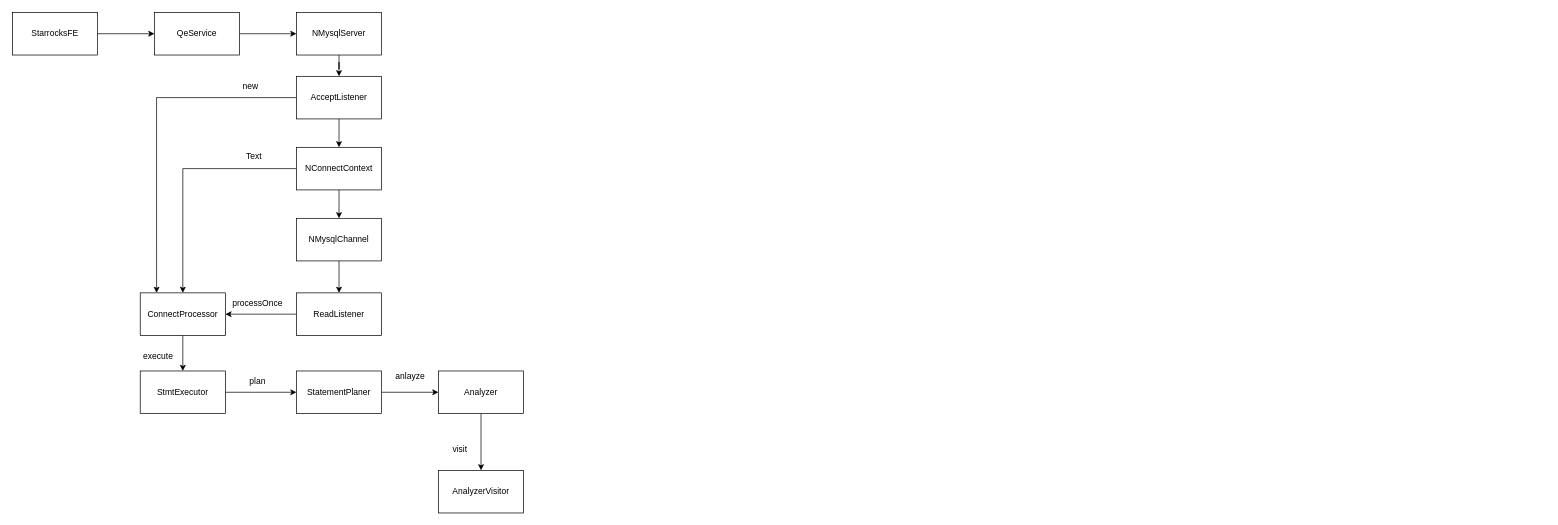
The draw.io diagram fe_sql_analyze.drawio in zhangge111/starrocks_rcode, before the edit. Source tidied: cells renumbered, new cells numbered last; positions are measured from the earlier drawing's top-left corner, leaving out a move shared by most shapes. Both pictures are drawn from the tidied source at 71%, with x=0, y=0 at pixel (12, 12).
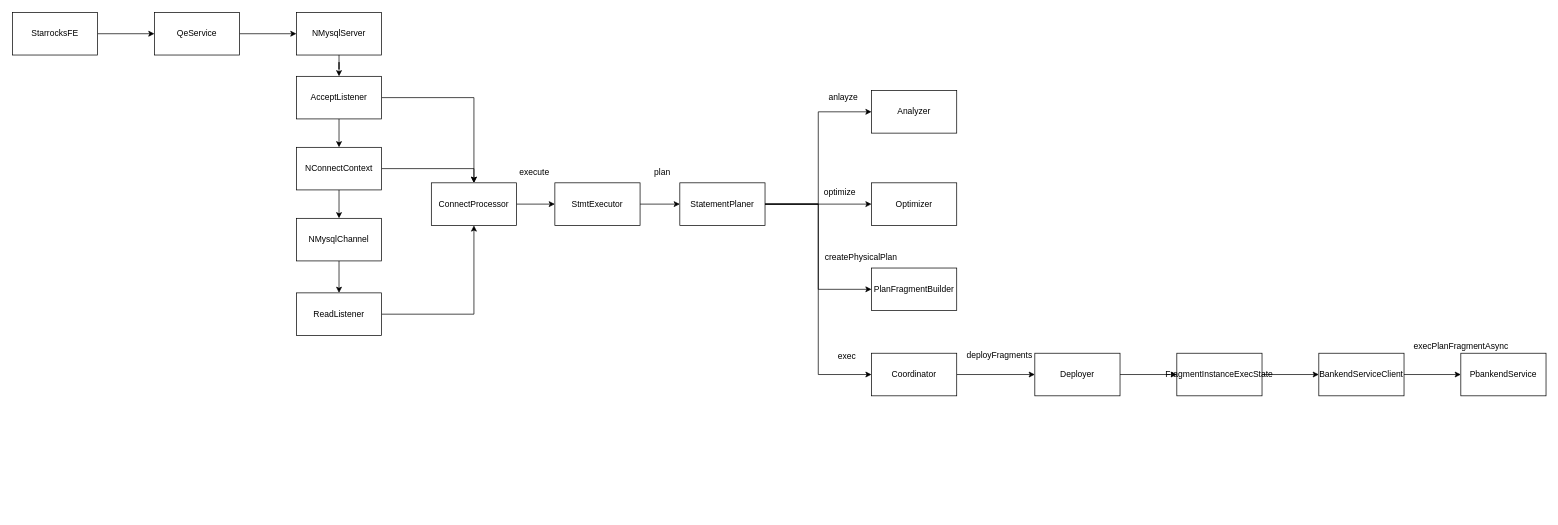
After the change.

Unchanged cells that the change refers to:
```xml
<mxCell id="11" value="ReadListener" style="rounded=0;whiteSpace=wrap;html=1;" parent="1" vertex="1">
  <mxGeometry x="400" y="395" width="120" height="60" as="geometry" />
</mxCell>
<mxCell id="21" value="AcceptListener" style="rounded=0;whiteSpace=wrap;html=1;" parent="1" vertex="1">
  <mxGeometry x="400" y="90" width="120" height="60" as="geometry" />
</mxCell>
```

Diff of the diagram source:
```diff
@@
     <mxCell id="3" value="StmtExecutor" style="rounded=0;whiteSpace=wrap;html=1;" parent="1" vertex="1">
-      <mxGeometry x="180" y="505" width="120" height="60" as="geometry" />
+      <mxGeometry x="764" y="240" width="120" height="60" as="geometry" />
     </mxCell>
-    <mxCell id="4" style="edgeStyle=orthogonalEdgeStyle;rounded=0;jettySize=auto;html=1;" parent="1" edge="1" source="5" target="30">
+    <mxCell id="4" style="edgeStyle=orthogonalEdgeStyle;rounded=0;jettySize=auto;html=1;exitX=1;exitY=0.5;exitDx=0;exitDy=0;entryX=0;entryY=0.5;entryDx=0;entryDy=0;" parent="1" edge="1" source="5" target="30">
       <mxGeometry relative="1" as="geometry" />
     </mxCell>
+    <mxCell id="34" style="edgeStyle=orthogonalEdgeStyle;rounded=0;jettySize=auto;html=1;entryX=0;entryY=0.5;entryDx=0;entryDy=0;" parent="1" edge="1" source="5" target="37">
+      <mxGeometry relative="1" as="geometry" />
+    </mxCell>
+    <mxCell id="35" style="edgeStyle=orthogonalEdgeStyle;rounded=0;jettySize=auto;html=1;entryX=0;entryY=0.5;entryDx=0;entryDy=0;" parent="1" edge="1" source="5" target="38">
+      <mxGeometry relative="1" as="geometry" />
+    </mxCell>
+    <mxCell id="36" style="edgeStyle=orthogonalEdgeStyle;rounded=0;jettySize=auto;html=1;entryX=0;entryY=0.5;entryDx=0;entryDy=0;" parent="1" edge="1" source="5" target="42">
+      <mxGeometry relative="1" as="geometry" />
+    </mxCell>
     <mxCell id="5" value="StatementPlaner" style="rounded=0;whiteSpace=wrap;html=1;" parent="1" vertex="1">
-      <mxGeometry x="400" y="505" width="120" height="60" as="geometry" />
+      <mxGeometry x="940" y="240" width="120" height="60" as="geometry" />
     </mxCell>
     <mxCell id="6" value="plan" style="text;html=1;align=center;verticalAlign=middle;strokeColor=none;fillColor=none;" parent="1" vertex="1">
-      <mxGeometry x="320" y="505" width="50" height="30" as="geometry" />
+      <mxGeometry x="890" y="210" width="50" height="30" as="geometry" />
     </mxCell>
@@
     <mxCell id="8" value="ConnectProcessor" style="rounded=0;whiteSpace=wrap;html=1;" parent="1" vertex="1">
-      <mxGeometry x="180" y="395" width="120" height="60" as="geometry" />
+      <mxGeometry x="590" y="240" width="120" height="60" as="geometry" />
     </mxCell>
     <mxCell id="9" value="execute" style="text;html=1;align=center;verticalAlign=middle;strokeColor=none;fillColor=none;" parent="1" vertex="1">
-      <mxGeometry x="170" y="470" width="70" height="30" as="geometry" />
+      <mxGeometry x="700" y="210" width="70" height="30" as="geometry" />
     </mxCell>
-    <mxCell id="10" style="edgeStyle=orthogonalEdgeStyle;rounded=0;jettySize=auto;html=1;entryX=1;entryY=0.5;entryDx=0;entryDy=0;" parent="1" edge="1" source="11" target="8">
+    <mxCell id="10" style="edgeStyle=orthogonalEdgeStyle;rounded=0;jettySize=auto;html=1;entryX=0.5;entryY=1;entryDx=0;entryDy=0;" parent="1" edge="1" source="11" target="8">
       <mxGeometry relative="1" as="geometry" />
     </mxCell>
@@
-    <mxCell id="12" value="processOnce" style="text;html=1;align=center;verticalAlign=middle;strokeColor=none;fillColor=none;" parent="1" vertex="1">
-      <mxGeometry x="300" y="395" width="90" height="30" as="geometry" />
-    </mxCell>
@@
-    <mxCell id="20" style="edgeStyle=orthogonalEdgeStyle;rounded=0;jettySize=auto;html=1;entryX=0.192;entryY=0;entryDx=0;entryDy=0;entryPerimeter=0;" parent="1" edge="1" source="21" target="8">
+    <mxCell id="20" style="edgeStyle=orthogonalEdgeStyle;rounded=0;jettySize=auto;html=1;entryX=0.5;entryY=0;entryDx=0;entryDy=0;" parent="1" edge="1" source="21" target="8">
       <mxGeometry relative="1" as="geometry" />
     </mxCell>
@@
-    <mxCell id="25" value="new" style="text;html=1;align=center;verticalAlign=middle;strokeColor=none;fillColor=none;" parent="1" vertex="1">
-      <mxGeometry x="310" y="90" width="50" height="30" as="geometry" />
-    </mxCell>
-    <mxCell id="26" value="Text" style="text;html=1;align=center;verticalAlign=middle;strokeColor=none;fillColor=none;" parent="1" vertex="1">
-      <mxGeometry x="315" y="188" width="50" height="30" as="geometry" />
-    </mxCell>
@@
-    <mxCell id="29" style="edgeStyle=orthogonalEdgeStyle;rounded=0;jettySize=auto;html=1;" parent="1" edge="1" source="30" target="32">
-      <mxGeometry relative="1" as="geometry" />
-    </mxCell>
     <mxCell id="30" value="Analyzer" style="rounded=0;whiteSpace=wrap;html=1;" parent="1" vertex="1">
-      <mxGeometry x="600" y="505" width="120" height="60" as="geometry" />
+      <mxGeometry x="1210" y="110" width="120" height="60" as="geometry" />
     </mxCell>
     <mxCell id="31" value="anlayze" style="text;html=1;align=center;verticalAlign=middle;strokeColor=none;fillColor=none;" parent="1" vertex="1">
-      <mxGeometry x="530" y="498" width="60" height="30" as="geometry" />
+      <mxGeometry x="1140" y="105" width="60" height="30" as="geometry" />
     </mxCell>
-    <mxCell id="32" value="AnalyzerVisitor" style="rounded=0;whiteSpace=wrap;html=1;" parent="1" vertex="1">
-      <mxGeometry x="600" y="645" width="120" height="60" as="geometry" />
-    </mxCell>
-    <mxCell id="33" value="visit" style="text;html=1;align=center;verticalAlign=middle;strokeColor=none;fillColor=none;" parent="1" vertex="1">
-      <mxGeometry x="610" y="600" width="40" height="30" as="geometry" />
-    </mxCell>
+    <mxCell id="37" value="Optimizer" style="rounded=0;whiteSpace=wrap;html=1;" parent="1" vertex="1">
+      <mxGeometry x="1210" y="240" width="120" height="60" as="geometry" />
+    </mxCell>
+    <mxCell id="38" value="PlanFragmentBuilder" style="rounded=0;whiteSpace=wrap;html=1;" parent="1" vertex="1">
+      <mxGeometry x="1210" y="360" width="120" height="60" as="geometry" />
+    </mxCell>
+    <mxCell id="39" value="optimize" style="text;html=1;align=center;verticalAlign=middle;strokeColor=none;fillColor=none;" parent="1" vertex="1">
+      <mxGeometry x="1130" y="238" width="70" height="30" as="geometry" />
+    </mxCell>
+    <mxCell id="40" value="createPhysicalPlan" style="text;html=1;align=center;verticalAlign=middle;strokeColor=none;fillColor=none;" parent="1" vertex="1">
+      <mxGeometry x="1130" y="330" width="130" height="30" as="geometry" />
+    </mxCell>
+    <mxCell id="41" style="edgeStyle=orthogonalEdgeStyle;rounded=0;jettySize=auto;html=1;" parent="1" edge="1" source="42" target="45">
+      <mxGeometry relative="1" as="geometry" />
+    </mxCell>
+    <mxCell id="42" value="Coordinator" style="rounded=0;whiteSpace=wrap;html=1;" parent="1" vertex="1">
+      <mxGeometry x="1210" y="480" width="120" height="60" as="geometry" />
+    </mxCell>
+    <mxCell id="43" value="exec" style="text;html=1;align=center;verticalAlign=middle;strokeColor=none;fillColor=none;" parent="1" vertex="1">
+      <mxGeometry x="1150" y="470" width="50" height="30" as="geometry" />
+    </mxCell>
+    <mxCell id="44" style="edgeStyle=orthogonalEdgeStyle;rounded=0;jettySize=auto;html=1;" parent="1" edge="1" source="45" target="48">
+      <mxGeometry relative="1" as="geometry" />
+    </mxCell>
+    <mxCell id="45" value="Deployer" style="rounded=0;whiteSpace=wrap;html=1;" parent="1" vertex="1">
+      <mxGeometry x="1440" y="480" width="120" height="60" as="geometry" />
+    </mxCell>
+    <mxCell id="46" value="deployFragments" style="text;html=1;align=center;verticalAlign=middle;strokeColor=none;fillColor=none;" parent="1" vertex="1">
+      <mxGeometry x="1330" y="468" width="120" height="30" as="geometry" />
+    </mxCell>
+    <mxCell id="47" style="edgeStyle=orthogonalEdgeStyle;rounded=0;jettySize=auto;html=1;" parent="1" edge="1" source="48" target="50">
+      <mxGeometry relative="1" as="geometry" />
+    </mxCell>
+    <mxCell id="48" value="FragmentInstanceExecState" style="rounded=0;whiteSpace=wrap;html=1;" parent="1" vertex="1">
+      <mxGeometry x="1640" y="480" width="120" height="60" as="geometry" />
+    </mxCell>
+    <mxCell id="49" style="edgeStyle=orthogonalEdgeStyle;rounded=0;jettySize=auto;html=1;" parent="1" edge="1" source="50" target="51">
+      <mxGeometry relative="1" as="geometry" />
+    </mxCell>
+    <mxCell id="50" value="BankendServiceClient" style="rounded=0;whiteSpace=wrap;html=1;" parent="1" vertex="1">
+      <mxGeometry x="1840" y="480" width="120" height="60" as="geometry" />
+    </mxCell>
+    <mxCell id="51" value="PbankendService" style="rounded=0;whiteSpace=wrap;html=1;" parent="1" vertex="1">
+      <mxGeometry x="2040" y="480" width="120" height="60" as="geometry" />
+    </mxCell>
+    <mxCell id="52" value="execPlanFragmentAsync" style="text;html=1;align=center;verticalAlign=middle;strokeColor=none;fillColor=none;" parent="1" vertex="1">
+      <mxGeometry x="1960" y="455" width="160" height="30" as="geometry" />
+    </mxCell>
```
